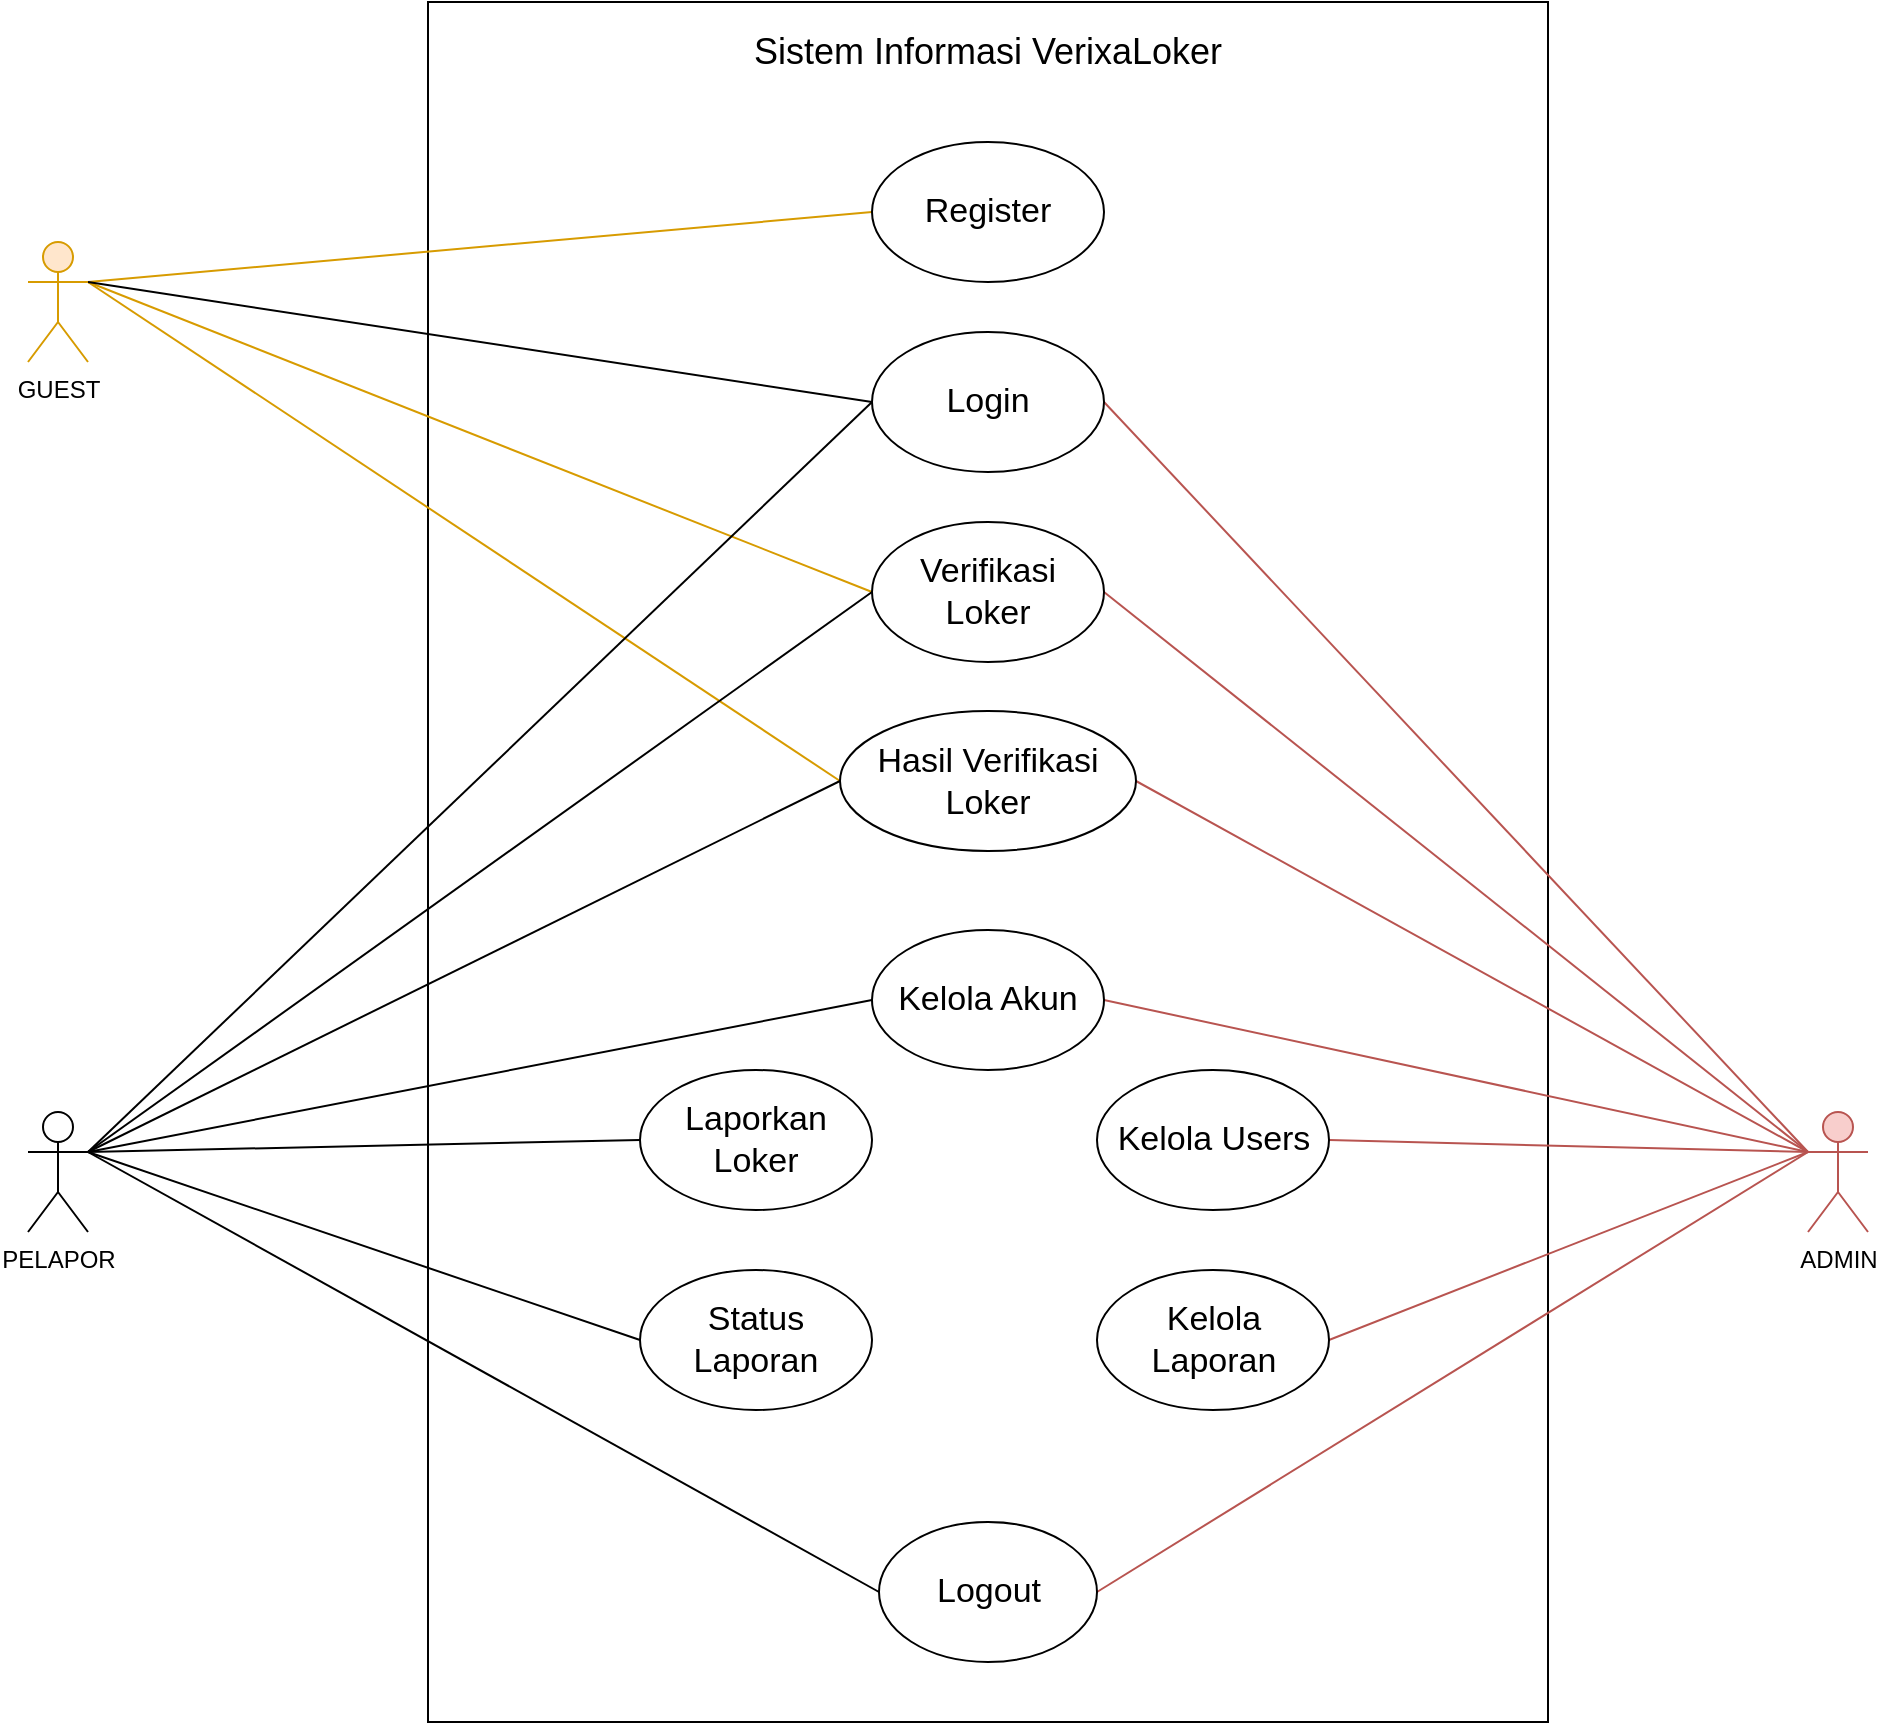
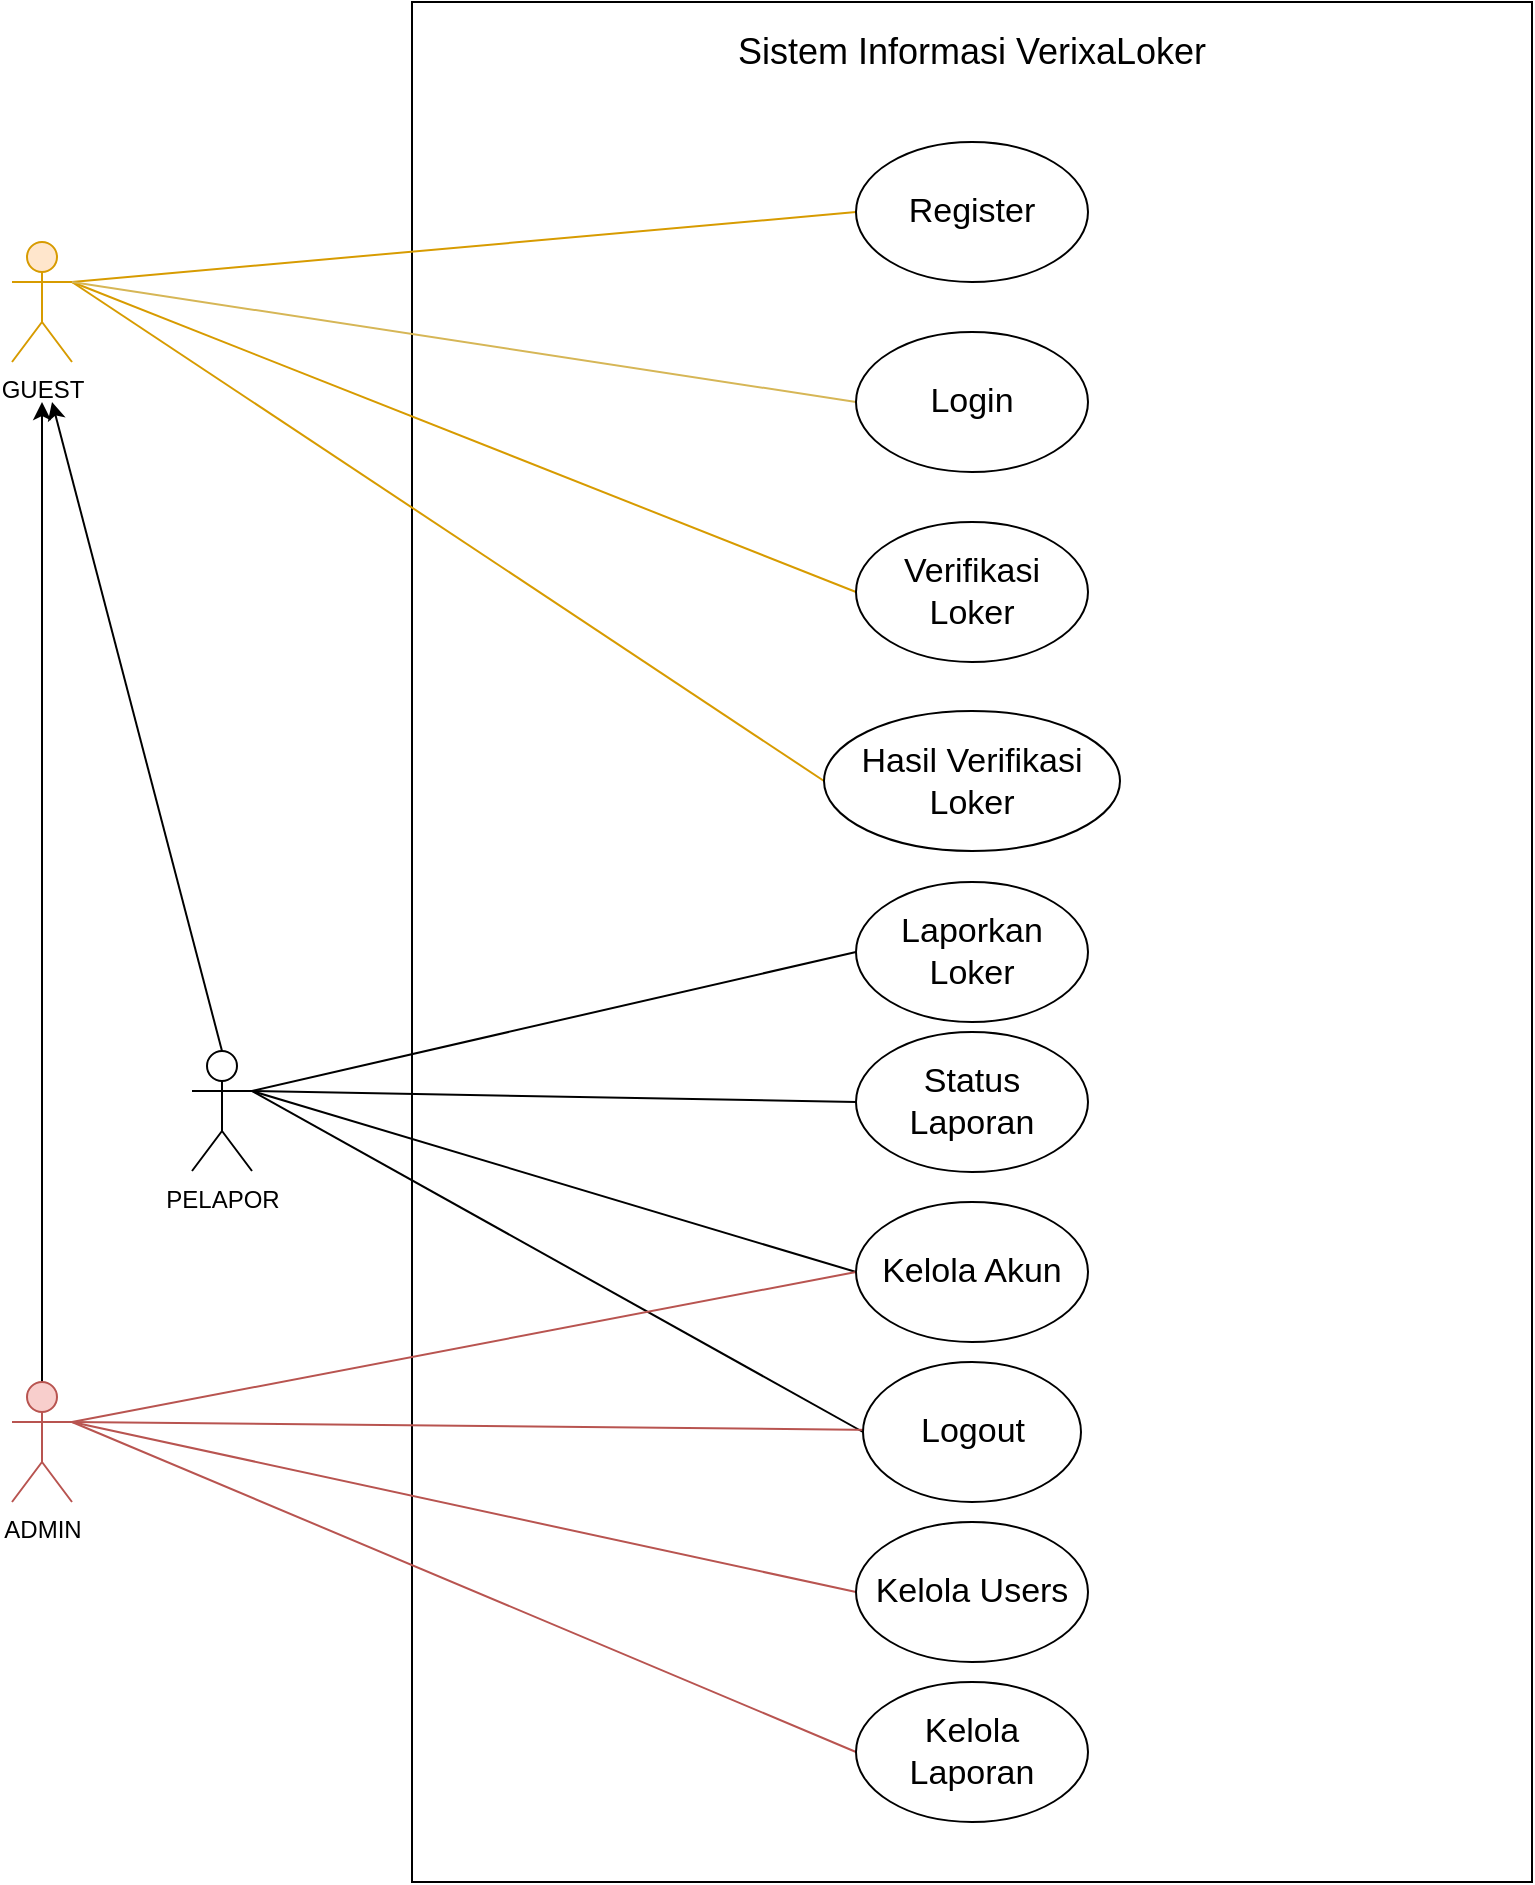
<mxfile host="app.diagrams.net">
  <diagram name="Page-1" id="ffiCpCXoxd-8fk6BLKT6">
-     <mxGraphModel dx="2032" dy="658" grid="1" gridSize="10" guides="1" tooltips="1" connect="1" arrows="1" fold="1" page="1" pageScale="1" pageWidth="827" pageHeight="1169" math="0" shadow="0">
+     <mxGraphModel dx="2204" dy="751" grid="1" gridSize="10" guides="1" tooltips="1" connect="1" arrows="1" fold="1" page="1" pageScale="1" pageWidth="827" pageHeight="1169" math="0" shadow="0">
      <root>
        <mxCell id="0" />
        <mxCell id="1" parent="0" />
        <mxCell id="hAiGVOQPmPoLGkg3YBtA-2" parent="1" style="rounded=0;whiteSpace=wrap;html=1;direction=south;" value="" vertex="1">
-           <mxGeometry height="860" width="560" x="160" y="160" as="geometry" />
+           <mxGeometry height="940" width="560" x="160" y="160" as="geometry" />
        </mxCell>
        <mxCell id="hAiGVOQPmPoLGkg3YBtA-3" parent="1" style="text;html=1;whiteSpace=wrap;strokeColor=none;fillColor=none;align=center;verticalAlign=middle;rounded=0;" value="&lt;font style=&quot;font-size: 18px;&quot;&gt;Sistem Informasi VerixaLoker&lt;/font&gt;" vertex="1">
          <mxGeometry height="30" width="560" x="160" y="170" as="geometry" />
        </mxCell>
        <mxCell id="hAiGVOQPmPoLGkg3YBtA-30" edge="1" parent="1" source="hAiGVOQPmPoLGkg3YBtA-4" style="edgeStyle=none;shape=connector;rounded=0;orthogonalLoop=1;jettySize=auto;html=1;exitX=1;exitY=0.3333333333333333;exitDx=0;exitDy=0;exitPerimeter=0;entryX=0;entryY=0.5;entryDx=0;entryDy=0;strokeColor=#d79b00;align=center;verticalAlign=middle;fontFamily=Helvetica;fontSize=11;fontColor=default;fontStyle=0;labelBackgroundColor=default;endArrow=none;endFill=0;fillColor=#ffe6cc;" target="hAiGVOQPmPoLGkg3YBtA-9">
          <mxGeometry relative="1" as="geometry" />
        </mxCell>
        <mxCell id="hAiGVOQPmPoLGkg3YBtA-31" edge="1" parent="1" source="hAiGVOQPmPoLGkg3YBtA-4" style="edgeStyle=none;shape=connector;rounded=0;orthogonalLoop=1;jettySize=auto;html=1;exitX=1;exitY=0.3333333333333333;exitDx=0;exitDy=0;exitPerimeter=0;entryX=0;entryY=0.5;entryDx=0;entryDy=0;strokeColor=#d79b00;align=center;verticalAlign=middle;fontFamily=Helvetica;fontSize=11;fontColor=default;fontStyle=0;labelBackgroundColor=default;endArrow=none;endFill=0;fillColor=#ffe6cc;" target="hAiGVOQPmPoLGkg3YBtA-12">
          <mxGeometry relative="1" as="geometry" />
        </mxCell>
        <mxCell id="hAiGVOQPmPoLGkg3YBtA-32" edge="1" parent="1" source="hAiGVOQPmPoLGkg3YBtA-4" style="edgeStyle=none;shape=connector;rounded=0;orthogonalLoop=1;jettySize=auto;html=1;exitX=1;exitY=0.3333333333333333;exitDx=0;exitDy=0;exitPerimeter=0;entryX=0;entryY=0.5;entryDx=0;entryDy=0;strokeColor=#d79b00;align=center;verticalAlign=middle;fontFamily=Helvetica;fontSize=11;fontColor=default;fontStyle=0;labelBackgroundColor=default;endArrow=none;endFill=0;fillColor=#ffe6cc;" target="hAiGVOQPmPoLGkg3YBtA-13">
          <mxGeometry relative="1" as="geometry" />
        </mxCell>
-         <mxCell id="Ktw8qIeK_O0y2lCccUL2-1" edge="1" parent="1" source="hAiGVOQPmPoLGkg3YBtA-4" style="rounded=0;orthogonalLoop=1;jettySize=auto;html=1;exitX=1;exitY=0.3333333333333333;exitDx=0;exitDy=0;exitPerimeter=0;entryX=0;entryY=0.5;entryDx=0;entryDy=0;endArrow=none;endFill=0;" target="hAiGVOQPmPoLGkg3YBtA-11">
+         <mxCell id="Ktw8qIeK_O0y2lCccUL2-1" edge="1" parent="1" source="hAiGVOQPmPoLGkg3YBtA-4" style="rounded=0;orthogonalLoop=1;jettySize=auto;html=1;exitX=1;exitY=0.3333333333333333;exitDx=0;exitDy=0;exitPerimeter=0;entryX=0;entryY=0.5;entryDx=0;entryDy=0;endArrow=none;endFill=0;fillColor=#fff2cc;strokeColor=#d6b656;" target="hAiGVOQPmPoLGkg3YBtA-11">
          <mxGeometry relative="1" as="geometry" />
        </mxCell>
        <mxCell id="hAiGVOQPmPoLGkg3YBtA-4" parent="1" style="shape=umlActor;verticalLabelPosition=bottom;verticalAlign=top;html=1;outlineConnect=0;fillColor=#ffe6cc;strokeColor=#d79b00;" value="GUEST" vertex="1">
          <mxGeometry height="60" width="30" x="-40" y="280" as="geometry" />
-         </mxCell>
-         <mxCell id="hAiGVOQPmPoLGkg3YBtA-35" edge="1" parent="1" source="hAiGVOQPmPoLGkg3YBtA-5" style="edgeStyle=none;shape=connector;rounded=0;orthogonalLoop=1;jettySize=auto;html=1;exitX=1;exitY=0.3333333333333333;exitDx=0;exitDy=0;exitPerimeter=0;entryX=0;entryY=0.5;entryDx=0;entryDy=0;strokeColor=default;align=center;verticalAlign=middle;fontFamily=Helvetica;fontSize=11;fontColor=default;fontStyle=0;labelBackgroundColor=default;endArrow=none;endFill=0;" target="hAiGVOQPmPoLGkg3YBtA-11">
-           <mxGeometry relative="1" as="geometry" />
-         </mxCell>
-         <mxCell id="hAiGVOQPmPoLGkg3YBtA-36" edge="1" parent="1" source="hAiGVOQPmPoLGkg3YBtA-5" style="edgeStyle=none;shape=connector;rounded=0;orthogonalLoop=1;jettySize=auto;html=1;exitX=1;exitY=0.3333333333333333;exitDx=0;exitDy=0;exitPerimeter=0;entryX=0;entryY=0.5;entryDx=0;entryDy=0;strokeColor=default;align=center;verticalAlign=middle;fontFamily=Helvetica;fontSize=11;fontColor=default;fontStyle=0;labelBackgroundColor=default;endArrow=none;endFill=0;" target="hAiGVOQPmPoLGkg3YBtA-12">
-           <mxGeometry relative="1" as="geometry" />
-         </mxCell>
-         <mxCell id="hAiGVOQPmPoLGkg3YBtA-37" edge="1" parent="1" source="hAiGVOQPmPoLGkg3YBtA-5" style="edgeStyle=none;shape=connector;rounded=0;orthogonalLoop=1;jettySize=auto;html=1;exitX=1;exitY=0.3333333333333333;exitDx=0;exitDy=0;exitPerimeter=0;entryX=0;entryY=0.5;entryDx=0;entryDy=0;strokeColor=default;align=center;verticalAlign=middle;fontFamily=Helvetica;fontSize=11;fontColor=default;fontStyle=0;labelBackgroundColor=default;endArrow=none;endFill=0;" target="hAiGVOQPmPoLGkg3YBtA-13">
-           <mxGeometry relative="1" as="geometry" />
        </mxCell>
        <mxCell id="hAiGVOQPmPoLGkg3YBtA-40" edge="1" parent="1" source="hAiGVOQPmPoLGkg3YBtA-5" style="edgeStyle=none;shape=connector;rounded=0;orthogonalLoop=1;jettySize=auto;html=1;exitX=1;exitY=0.3333333333333333;exitDx=0;exitDy=0;exitPerimeter=0;entryX=0;entryY=0.5;entryDx=0;entryDy=0;strokeColor=default;align=center;verticalAlign=middle;fontFamily=Helvetica;fontSize=11;fontColor=default;fontStyle=0;labelBackgroundColor=default;endArrow=none;endFill=0;" target="hAiGVOQPmPoLGkg3YBtA-16">
          <mxGeometry relative="1" as="geometry" />
        </mxCell>
        <mxCell id="hAiGVOQPmPoLGkg3YBtA-41" edge="1" parent="1" source="hAiGVOQPmPoLGkg3YBtA-5" style="edgeStyle=none;shape=connector;rounded=0;orthogonalLoop=1;jettySize=auto;html=1;exitX=1;exitY=0.3333333333333333;exitDx=0;exitDy=0;exitPerimeter=0;entryX=0;entryY=0.5;entryDx=0;entryDy=0;strokeColor=default;align=center;verticalAlign=middle;fontFamily=Helvetica;fontSize=11;fontColor=default;fontStyle=0;labelBackgroundColor=default;endArrow=none;endFill=0;" target="hAiGVOQPmPoLGkg3YBtA-17">
          <mxGeometry relative="1" as="geometry" />
        </mxCell>
        <mxCell id="hAiGVOQPmPoLGkg3YBtA-42" edge="1" parent="1" source="hAiGVOQPmPoLGkg3YBtA-5" style="edgeStyle=none;shape=connector;rounded=0;orthogonalLoop=1;jettySize=auto;html=1;exitX=1;exitY=0.3333333333333333;exitDx=0;exitDy=0;exitPerimeter=0;entryX=0;entryY=0.5;entryDx=0;entryDy=0;strokeColor=default;align=center;verticalAlign=middle;fontFamily=Helvetica;fontSize=11;fontColor=default;fontStyle=0;labelBackgroundColor=default;endArrow=none;endFill=0;" target="hAiGVOQPmPoLGkg3YBtA-18">
          <mxGeometry relative="1" as="geometry" />
        </mxCell>
        <mxCell id="hAiGVOQPmPoLGkg3YBtA-43" edge="1" parent="1" source="hAiGVOQPmPoLGkg3YBtA-5" style="edgeStyle=none;shape=connector;rounded=0;orthogonalLoop=1;jettySize=auto;html=1;exitX=1;exitY=0.3333333333333333;exitDx=0;exitDy=0;exitPerimeter=0;entryX=0;entryY=0.5;entryDx=0;entryDy=0;strokeColor=default;align=center;verticalAlign=middle;fontFamily=Helvetica;fontSize=11;fontColor=default;fontStyle=0;labelBackgroundColor=default;endArrow=none;endFill=0;" target="hAiGVOQPmPoLGkg3YBtA-14">
          <mxGeometry relative="1" as="geometry" />
        </mxCell>
+         <mxCell id="ArEWcTmwNmMRd3L9f4Ob-4" edge="1" parent="1" source="hAiGVOQPmPoLGkg3YBtA-5" style="rounded=0;orthogonalLoop=1;jettySize=auto;html=1;exitX=0.5;exitY=0;exitDx=0;exitDy=0;exitPerimeter=0;">
+           <mxGeometry relative="1" as="geometry">
+             <mxPoint x="-20" y="360" as="targetPoint" />
+           </mxGeometry>
+         </mxCell>
        <mxCell id="hAiGVOQPmPoLGkg3YBtA-5" parent="1" style="shape=umlActor;verticalLabelPosition=bottom;verticalAlign=top;html=1;outlineConnect=0;" value="PELAPOR" vertex="1">
-           <mxGeometry height="60" width="30" x="-40" y="715" as="geometry" />
+           <mxGeometry height="60" width="30" x="50" y="684.5" as="geometry" />
        </mxCell>
-         <mxCell id="hAiGVOQPmPoLGkg3YBtA-44" edge="1" parent="1" source="hAiGVOQPmPoLGkg3YBtA-6" style="edgeStyle=none;shape=connector;rounded=0;orthogonalLoop=1;jettySize=auto;html=1;exitX=0;exitY=0.3333333333333333;exitDx=0;exitDy=0;exitPerimeter=0;entryX=1;entryY=0.5;entryDx=0;entryDy=0;strokeColor=#b85450;align=center;verticalAlign=middle;fontFamily=Helvetica;fontSize=11;fontColor=default;fontStyle=0;labelBackgroundColor=default;endArrow=none;endFill=0;fillColor=#f8cecc;" target="hAiGVOQPmPoLGkg3YBtA-11">
+         <mxCell id="hAiGVOQPmPoLGkg3YBtA-45" edge="1" parent="1" source="hAiGVOQPmPoLGkg3YBtA-6" style="edgeStyle=none;shape=connector;rounded=0;orthogonalLoop=1;jettySize=auto;html=1;exitX=1;exitY=0.3333333333333333;exitDx=0;exitDy=0;exitPerimeter=0;entryX=0;entryY=0.5;entryDx=0;entryDy=0;strokeColor=#b85450;align=center;verticalAlign=middle;fontFamily=Helvetica;fontSize=11;fontColor=default;fontStyle=0;labelBackgroundColor=default;endArrow=none;endFill=0;fillColor=#f8cecc;" target="hAiGVOQPmPoLGkg3YBtA-18">
          <mxGeometry relative="1" as="geometry" />
        </mxCell>
-         <mxCell id="hAiGVOQPmPoLGkg3YBtA-45" edge="1" parent="1" source="hAiGVOQPmPoLGkg3YBtA-6" style="edgeStyle=none;shape=connector;rounded=0;orthogonalLoop=1;jettySize=auto;html=1;exitX=0;exitY=0.3333333333333333;exitDx=0;exitDy=0;exitPerimeter=0;entryX=1;entryY=0.5;entryDx=0;entryDy=0;strokeColor=#b85450;align=center;verticalAlign=middle;fontFamily=Helvetica;fontSize=11;fontColor=default;fontStyle=0;labelBackgroundColor=default;endArrow=none;endFill=0;fillColor=#f8cecc;" target="hAiGVOQPmPoLGkg3YBtA-18">
+         <mxCell id="hAiGVOQPmPoLGkg3YBtA-47" edge="1" parent="1" source="hAiGVOQPmPoLGkg3YBtA-6" style="edgeStyle=none;shape=connector;rounded=0;orthogonalLoop=1;jettySize=auto;html=1;entryX=0;entryY=0.5;entryDx=0;entryDy=0;strokeColor=#b85450;align=center;verticalAlign=middle;fontFamily=Helvetica;fontSize=11;fontColor=default;fontStyle=0;labelBackgroundColor=default;endArrow=none;endFill=0;fillColor=#f8cecc;exitX=1;exitY=0.3333333333333333;exitDx=0;exitDy=0;exitPerimeter=0;" target="hAiGVOQPmPoLGkg3YBtA-21">
+           <mxGeometry relative="1" as="geometry">
+             <mxPoint x="-10" y="700" as="sourcePoint" />
+           </mxGeometry>
+         </mxCell>
+         <mxCell id="hAiGVOQPmPoLGkg3YBtA-48" edge="1" parent="1" source="hAiGVOQPmPoLGkg3YBtA-6" style="edgeStyle=none;shape=connector;rounded=0;orthogonalLoop=1;jettySize=auto;html=1;exitX=1;exitY=0.3333333333333333;exitDx=0;exitDy=0;exitPerimeter=0;entryX=1;entryY=0.5;entryDx=0;entryDy=0;strokeColor=#b85450;align=center;verticalAlign=middle;fontFamily=Helvetica;fontSize=11;fontColor=default;fontStyle=0;labelBackgroundColor=default;endArrow=none;endFill=0;fillColor=#f8cecc;" target="hAiGVOQPmPoLGkg3YBtA-14">
          <mxGeometry relative="1" as="geometry" />
        </mxCell>
-         <mxCell id="hAiGVOQPmPoLGkg3YBtA-46" edge="1" parent="1" source="hAiGVOQPmPoLGkg3YBtA-6" style="edgeStyle=none;shape=connector;rounded=0;orthogonalLoop=1;jettySize=auto;html=1;exitX=0;exitY=0.3333333333333333;exitDx=0;exitDy=0;exitPerimeter=0;entryX=1;entryY=0.5;entryDx=0;entryDy=0;strokeColor=#b85450;align=center;verticalAlign=middle;fontFamily=Helvetica;fontSize=11;fontColor=default;fontStyle=0;labelBackgroundColor=default;endArrow=none;endFill=0;fillColor=#f8cecc;" target="hAiGVOQPmPoLGkg3YBtA-20">
+         <mxCell id="ArEWcTmwNmMRd3L9f4Ob-2" edge="1" parent="1" source="hAiGVOQPmPoLGkg3YBtA-6" style="rounded=0;orthogonalLoop=1;jettySize=auto;html=1;exitX=1;exitY=0.3333333333333333;exitDx=0;exitDy=0;exitPerimeter=0;entryX=0;entryY=0.5;entryDx=0;entryDy=0;endArrow=none;endFill=0;fillColor=#f8cecc;strokeColor=#b85450;" target="hAiGVOQPmPoLGkg3YBtA-20">
          <mxGeometry relative="1" as="geometry" />
        </mxCell>
-         <mxCell id="hAiGVOQPmPoLGkg3YBtA-47" edge="1" parent="1" source="hAiGVOQPmPoLGkg3YBtA-6" style="edgeStyle=none;shape=connector;rounded=0;orthogonalLoop=1;jettySize=auto;html=1;exitX=0;exitY=0.3333333333333333;exitDx=0;exitDy=0;exitPerimeter=0;entryX=1;entryY=0.5;entryDx=0;entryDy=0;strokeColor=#b85450;align=center;verticalAlign=middle;fontFamily=Helvetica;fontSize=11;fontColor=default;fontStyle=0;labelBackgroundColor=default;endArrow=none;endFill=0;fillColor=#f8cecc;" target="hAiGVOQPmPoLGkg3YBtA-21">
-           <mxGeometry relative="1" as="geometry" />
-         </mxCell>
-         <mxCell id="hAiGVOQPmPoLGkg3YBtA-48" edge="1" parent="1" source="hAiGVOQPmPoLGkg3YBtA-6" style="edgeStyle=none;shape=connector;rounded=0;orthogonalLoop=1;jettySize=auto;html=1;exitX=0;exitY=0.3333333333333333;exitDx=0;exitDy=0;exitPerimeter=0;entryX=1;entryY=0.5;entryDx=0;entryDy=0;strokeColor=#b85450;align=center;verticalAlign=middle;fontFamily=Helvetica;fontSize=11;fontColor=default;fontStyle=0;labelBackgroundColor=default;endArrow=none;endFill=0;fillColor=#f8cecc;" target="hAiGVOQPmPoLGkg3YBtA-14">
-           <mxGeometry relative="1" as="geometry" />
-         </mxCell>
-         <mxCell id="hAiGVOQPmPoLGkg3YBtA-49" edge="1" parent="1" source="hAiGVOQPmPoLGkg3YBtA-6" style="edgeStyle=none;shape=connector;rounded=0;orthogonalLoop=1;jettySize=auto;html=1;exitX=0;exitY=0.3333333333333333;exitDx=0;exitDy=0;exitPerimeter=0;entryX=1;entryY=0.5;entryDx=0;entryDy=0;strokeColor=#b85450;align=center;verticalAlign=middle;fontFamily=Helvetica;fontSize=11;fontColor=default;fontStyle=0;labelBackgroundColor=default;endArrow=none;endFill=0;fillColor=#f8cecc;" target="hAiGVOQPmPoLGkg3YBtA-12">
-           <mxGeometry relative="1" as="geometry" />
-         </mxCell>
-         <mxCell id="hAiGVOQPmPoLGkg3YBtA-50" edge="1" parent="1" source="hAiGVOQPmPoLGkg3YBtA-6" style="edgeStyle=none;shape=connector;rounded=0;orthogonalLoop=1;jettySize=auto;html=1;exitX=0;exitY=0.3333333333333333;exitDx=0;exitDy=0;exitPerimeter=0;entryX=1;entryY=0.5;entryDx=0;entryDy=0;strokeColor=#b85450;align=center;verticalAlign=middle;fontFamily=Helvetica;fontSize=11;fontColor=default;fontStyle=0;labelBackgroundColor=default;endArrow=none;endFill=0;fillColor=#f8cecc;" target="hAiGVOQPmPoLGkg3YBtA-13">
-           <mxGeometry relative="1" as="geometry" />
+         <mxCell id="ArEWcTmwNmMRd3L9f4Ob-3" edge="1" parent="1" source="hAiGVOQPmPoLGkg3YBtA-6" style="edgeStyle=orthogonalEdgeStyle;rounded=0;orthogonalLoop=1;jettySize=auto;html=1;exitX=0.5;exitY=0;exitDx=0;exitDy=0;exitPerimeter=0;">
+           <mxGeometry relative="1" as="geometry">
+             <mxPoint x="-25" y="360" as="targetPoint" />
+           </mxGeometry>
        </mxCell>
        <mxCell id="hAiGVOQPmPoLGkg3YBtA-6" parent="1" style="shape=umlActor;verticalLabelPosition=bottom;verticalAlign=top;html=1;outlineConnect=0;fillColor=#f8cecc;strokeColor=#b85450;" value="ADMIN" vertex="1">
-           <mxGeometry height="60" width="30" x="850" y="715" as="geometry" />
+           <mxGeometry height="60" width="30" x="-40" y="850" as="geometry" />
        </mxCell>
        <mxCell id="hAiGVOQPmPoLGkg3YBtA-9" parent="1" style="ellipse;whiteSpace=wrap;html=1;" value="&lt;font style=&quot;font-size: 17px;&quot;&gt;Register&lt;/font&gt;" vertex="1">
          <mxGeometry height="70" width="116" x="382" y="230" as="geometry" />
        </mxCell>
        <mxCell id="hAiGVOQPmPoLGkg3YBtA-11" parent="1" style="ellipse;whiteSpace=wrap;html=1;" value="&lt;font style=&quot;font-size: 17px;&quot;&gt;Login&lt;/font&gt;" vertex="1">
          <mxGeometry height="70" width="116" x="382" y="325" as="geometry" />
        </mxCell>
        <mxCell id="hAiGVOQPmPoLGkg3YBtA-12" parent="1" style="ellipse;whiteSpace=wrap;html=1;" value="&lt;span style=&quot;font-size: 17px;&quot;&gt;Verifikasi Loker&lt;/span&gt;" vertex="1">
          <mxGeometry height="70" width="116" x="382" y="420" as="geometry" />
        </mxCell>
        <mxCell id="hAiGVOQPmPoLGkg3YBtA-13" parent="1" style="ellipse;whiteSpace=wrap;html=1;" value="&lt;span style=&quot;font-size: 17px;&quot;&gt;Hasil Verifikasi Loker&lt;/span&gt;" vertex="1">
          <mxGeometry height="70" width="148" x="366" y="514.5" as="geometry" />
        </mxCell>
        <mxCell id="hAiGVOQPmPoLGkg3YBtA-14" parent="1" style="ellipse;whiteSpace=wrap;html=1;" value="&lt;font style=&quot;font-size: 17px;&quot;&gt;Logout&lt;/font&gt;" vertex="1">
-           <mxGeometry height="70" width="109" x="385.5" y="920" as="geometry" />
+           <mxGeometry height="70" width="109" x="385.5" y="840" as="geometry" />
        </mxCell>
        <mxCell id="hAiGVOQPmPoLGkg3YBtA-16" parent="1" style="ellipse;whiteSpace=wrap;html=1;" value="&lt;font style=&quot;font-size: 17px;&quot;&gt;Laporkan Loker&lt;/font&gt;" vertex="1">
-           <mxGeometry height="70" width="116" x="266" y="694" as="geometry" />
+           <mxGeometry height="70" width="116" x="382" y="600" as="geometry" />
+         </mxCell>
+         <mxCell id="hAiGVOQPmPoLGkg3YBtA-18" parent="1" style="ellipse;whiteSpace=wrap;html=1;" value="&lt;font style=&quot;font-size: 17px;&quot;&gt;Kelola Akun&lt;/font&gt;" vertex="1">
+           <mxGeometry height="70" width="116" x="382" y="760" as="geometry" />
+         </mxCell>
+         <mxCell id="hAiGVOQPmPoLGkg3YBtA-20" parent="1" style="ellipse;whiteSpace=wrap;html=1;" value="&lt;font style=&quot;font-size: 17px;&quot;&gt;Kelola Users&lt;/font&gt;&lt;span style=&quot;color: rgba(0, 0, 0, 0); font-family: monospace; font-size: 0px; text-align: start; white-space: nowrap;&quot;&gt;%3CmxGraphModel%3E%3Croot%3E%3CmxCell%20id%3D%220%22%2F%3E%3CmxCell%20id%3D%221%22%20parent%3D%220%22%2F%3E%3CmxCell%20id%3D%222%22%20parent%3D%221%22%20style%3D%22ellipse%3BwhiteSpace%3Dwrap%3Bhtml%3D1%3B%22%20value%3D%22%26lt%3Bfont%20style%3D%26quot%3Bfont-size%3A%2017px%3B%26quot%3B%26gt%3BLaporkan%20Loker%26lt%3B%2Ffont%26gt%3B%22%20vertex%3D%221%22%3E%3CmxGeometry%20height%3D%2270%22%20width%3D%22116%22%20x%3D%22210%22%20y%3D%22820%22%20as%3D%22geometry%22%2F%3E%3C%2FmxCell%3E%3C%2Froot%3E%3C%2FmxGraphModel%3E&lt;/span&gt;" vertex="1">
+           <mxGeometry height="70" width="116" x="382" y="920" as="geometry" />
+         </mxCell>
+         <mxCell id="hAiGVOQPmPoLGkg3YBtA-21" parent="1" style="ellipse;whiteSpace=wrap;html=1;" value="&lt;span style=&quot;font-size: 17px;&quot;&gt;Kelola Laporan&lt;/span&gt;" vertex="1">
+           <mxGeometry height="70" width="116" x="382" y="1000" as="geometry" />
        </mxCell>
        <mxCell id="hAiGVOQPmPoLGkg3YBtA-17" parent="1" style="ellipse;whiteSpace=wrap;html=1;" value="&lt;font style=&quot;font-size: 17px;&quot;&gt;Status Laporan&lt;/font&gt;" vertex="1">
-           <mxGeometry height="70" width="116" x="266" y="794" as="geometry" />
-         </mxCell>
-         <mxCell id="hAiGVOQPmPoLGkg3YBtA-18" parent="1" style="ellipse;whiteSpace=wrap;html=1;" value="&lt;font style=&quot;font-size: 17px;&quot;&gt;Kelola Akun&lt;/font&gt;" vertex="1">
-           <mxGeometry height="70" width="116" x="382" y="624" as="geometry" />
-         </mxCell>
-         <mxCell id="hAiGVOQPmPoLGkg3YBtA-20" parent="1" style="ellipse;whiteSpace=wrap;html=1;" value="&lt;font style=&quot;font-size: 17px;&quot;&gt;Kelola Users&lt;/font&gt;&lt;span style=&quot;color: rgba(0, 0, 0, 0); font-family: monospace; font-size: 0px; text-align: start; white-space: nowrap;&quot;&gt;%3CmxGraphModel%3E%3Croot%3E%3CmxCell%20id%3D%220%22%2F%3E%3CmxCell%20id%3D%221%22%20parent%3D%220%22%2F%3E%3CmxCell%20id%3D%222%22%20parent%3D%221%22%20style%3D%22ellipse%3BwhiteSpace%3Dwrap%3Bhtml%3D1%3B%22%20value%3D%22%26lt%3Bfont%20style%3D%26quot%3Bfont-size%3A%2017px%3B%26quot%3B%26gt%3BLaporkan%20Loker%26lt%3B%2Ffont%26gt%3B%22%20vertex%3D%221%22%3E%3CmxGeometry%20height%3D%2270%22%20width%3D%22116%22%20x%3D%22210%22%20y%3D%22820%22%20as%3D%22geometry%22%2F%3E%3C%2FmxCell%3E%3C%2Froot%3E%3C%2FmxGraphModel%3E&lt;/span&gt;" vertex="1">
-           <mxGeometry height="70" width="116" x="494.5" y="694" as="geometry" />
-         </mxCell>
-         <mxCell id="hAiGVOQPmPoLGkg3YBtA-21" parent="1" style="ellipse;whiteSpace=wrap;html=1;" value="&lt;span style=&quot;font-size: 17px;&quot;&gt;Kelola Laporan&lt;/span&gt;" vertex="1">
-           <mxGeometry height="70" width="116" x="494.5" y="794" as="geometry" />
+           <mxGeometry height="70" width="116" x="382" y="675" as="geometry" />
        </mxCell>
      </root>
    </mxGraphModel>
  </diagram>
</mxfile>
